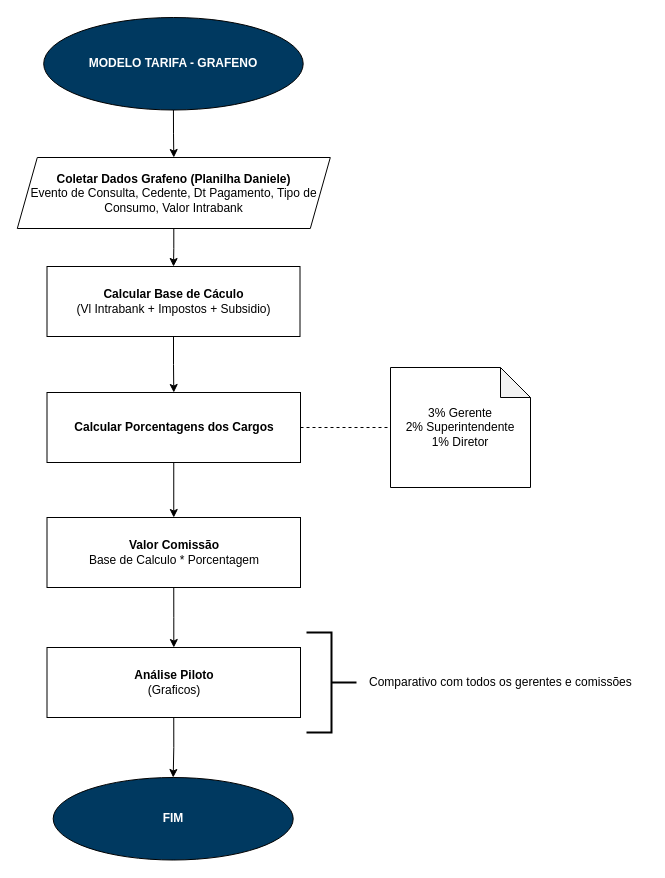
Above: page "MODELO TARIFA - GRAFENO" (3 of 4) of FLUXOGRAMAS.drawio in henriquelima0/exercicios-fiap (draw.io), before the change. Source tidied: cells renumbered, new cells numbered last; positions are measured from the earlier drawing's top-left corner, leaving out a move shared by most shapes. Both pictures are drawn from the tidied source at 100%, with x=0, y=0 at pixel (17, 17).
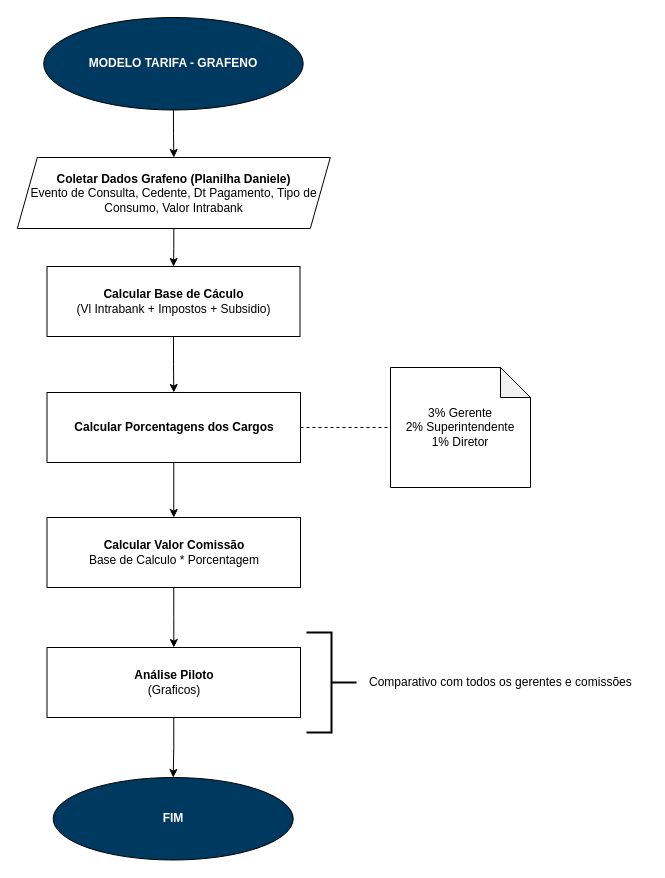
The same page after the edit.

The edit, as a diff of the source:
```diff
@@
 <mxGraphModel>
   <root>
     <mxCell id="0" />
     <mxCell id="1" parent="0" />
     <mxCell id="2" style="edgeStyle=orthogonalEdgeStyle;rounded=0;jettySize=auto;html=1;exitX=0.5;exitY=1;exitDx=0;exitDy=0;" parent="1" edge="1" source="18" target="4">
       <mxGeometry relative="1" as="geometry" />
     </mxCell>
     <mxCell id="3" style="edgeStyle=orthogonalEdgeStyle;rounded=0;jettySize=auto;html=1;exitX=0.5;exitY=1;exitDx=0;exitDy=0;" parent="1" edge="1" source="4" target="9">
       <mxGeometry relative="1" as="geometry" />
     </mxCell>
     <mxCell id="4" value="&lt;b&gt;Calcular Base de Cáculo &lt;/b&gt;&lt;br&gt;(Vl Intrabank + Impostos + Subsidio)" style="rounded=0;whiteSpace=wrap;html=1;" parent="1" vertex="1">
       <mxGeometry x="29.5" y="249" width="253" height="70" as="geometry" />
     </mxCell>
     <mxCell id="5" style="edgeStyle=orthogonalEdgeStyle;rounded=0;jettySize=auto;html=1;exitX=0.5;exitY=1;exitDx=0;exitDy=0;entryX=0.5;entryY=0;entryDx=0;entryDy=0;" parent="1" edge="1" source="6" target="18">
       <mxGeometry relative="1" as="geometry" />
     </mxCell>
     <mxCell id="6" value="&lt;b&gt;&lt;font color=&quot;#ffffff&quot;&gt;MODELO TARIFA - GRAFENO&lt;/font&gt;&lt;/b&gt;" style="ellipse;whiteSpace=wrap;html=1;fillColor=#003960;" parent="1" vertex="1">
       <mxGeometry x="26.2" width="259.5" height="92.5" as="geometry" />
     </mxCell>
     <mxCell id="7" value="&lt;b&gt;&lt;font color=&quot;#ffffff&quot;&gt;FIM&lt;/font&gt;&lt;/b&gt;" style="ellipse;whiteSpace=wrap;html=1;fillColor=#003960;" parent="1" vertex="1">
       <mxGeometry x="35.7" y="760" width="240" height="82.5" as="geometry" />
     </mxCell>
     <mxCell id="8" style="edgeStyle=orthogonalEdgeStyle;rounded=0;jettySize=auto;html=1;exitX=0.5;exitY=1;exitDx=0;exitDy=0;entryX=0.5;entryY=0;entryDx=0;entryDy=0;" parent="1" edge="1" source="9" target="11">
       <mxGeometry relative="1" as="geometry" />
     </mxCell>
     <mxCell id="9" value="&lt;b&gt;Calcular Porcentagens dos Cargos&lt;/b&gt;" style="rounded=0;whiteSpace=wrap;html=1;" parent="1" vertex="1">
       <mxGeometry x="29.5" y="375" width="253.5" height="70" as="geometry" />
     </mxCell>
     <mxCell id="10" style="edgeStyle=orthogonalEdgeStyle;rounded=0;jettySize=auto;html=1;exitX=0.5;exitY=1;exitDx=0;exitDy=0;" parent="1" edge="1" source="11" target="13">
       <mxGeometry relative="1" as="geometry" />
     </mxCell>
-    <mxCell id="11" value="&lt;b&gt;Valor Comissão&lt;/b&gt;&lt;br&gt;Base de Calculo * Porcentagem" style="rounded=0;whiteSpace=wrap;html=1;" parent="1" vertex="1">
+    <mxCell id="11" value="&lt;b&gt;Calcular Valor Comissão&lt;/b&gt;&lt;br&gt;Base de Calculo * Porcentagem" style="rounded=0;whiteSpace=wrap;html=1;" parent="1" vertex="1">
       <mxGeometry x="29.5" y="500" width="253.5" height="70" as="geometry" />
     </mxCell>
     <mxCell id="12" style="edgeStyle=orthogonalEdgeStyle;rounded=0;jettySize=auto;html=1;exitX=0.5;exitY=1;exitDx=0;exitDy=0;entryX=0.5;entryY=0;entryDx=0;entryDy=0;" parent="1" edge="1" source="13" target="7">
       <mxGeometry relative="1" as="geometry" />
     </mxCell>
     <mxCell id="13" value="&lt;b&gt;Análise Piloto&lt;/b&gt;&lt;br&gt;(Graficos)" style="rounded=0;whiteSpace=wrap;html=1;" parent="1" vertex="1">
       <mxGeometry x="29.5" y="630" width="253.5" height="70" as="geometry" />
     </mxCell>
     <mxCell id="14" style="strokeWidth=2;html=1;shape=mxgraph.flowchart.annotation_2;align=left;labelPosition=right;direction=west;fillColor=#003960;" parent="1" vertex="1">
       <mxGeometry x="289" y="615" width="50" height="100" as="geometry" />
     </mxCell>
     <mxCell id="15" value="&lt;h1 style=&quot;margin-top: 0px;&quot;&gt;&lt;span style=&quot;font-size: 12px; font-weight: 400;&quot;&gt;Comparativo com todos os gerentes e comissões&lt;/span&gt;&lt;/h1&gt;&lt;div&gt;&lt;span style=&quot;font-size: 12px; font-weight: 400;&quot;&gt;&lt;br&gt;&lt;/span&gt;&lt;/div&gt;" style="text;html=1;whiteSpace=wrap;overflow=hidden;rounded=0;" parent="1" vertex="1">
       <mxGeometry x="350" y="640" width="280" height="50" as="geometry" />
     </mxCell>
     <mxCell id="16" value="&lt;div&gt;3% Gerente&lt;br&gt;2% Superintendente&lt;/div&gt;1% Diretor" style="shape=note;whiteSpace=wrap;html=1;backgroundOutline=1;darkOpacity=0.05;" parent="1" vertex="1">
       <mxGeometry x="373" y="350" width="140" height="120" as="geometry" />
     </mxCell>
     <mxCell id="17" style="endArrow=none;dashed=1;html=1;rounded=0;entryX=0;entryY=0.5;entryDx=0;entryDy=0;entryPerimeter=0;exitX=1;exitY=0.5;exitDx=0;exitDy=0;" parent="1" edge="1" source="9" target="16">
       <mxGeometry relative="1" as="geometry" />
     </mxCell>
     <mxCell id="18" value="&lt;div&gt;&lt;br&gt;&lt;/div&gt;&lt;div&gt;&lt;b&gt;Coletar Dados Grafeno (Planilha Daniele)&lt;/b&gt;&lt;br&gt;Evento de Consulta, Cedente, Dt Pagamento, Tipo de Consumo, Valor Intrabank&lt;br&gt;&lt;div&gt;&lt;br&gt;&lt;/div&gt;&lt;/div&gt;" style="shape=parallelogram;perimeter=parallelogramPerimeter;whiteSpace=wrap;html=1;fixedSize=1;" parent="1" vertex="1">
       <mxGeometry x="-0.2" y="140" width="313" height="71" as="geometry" />
     </mxCell>
   </root>
 </mxGraphModel>
```
